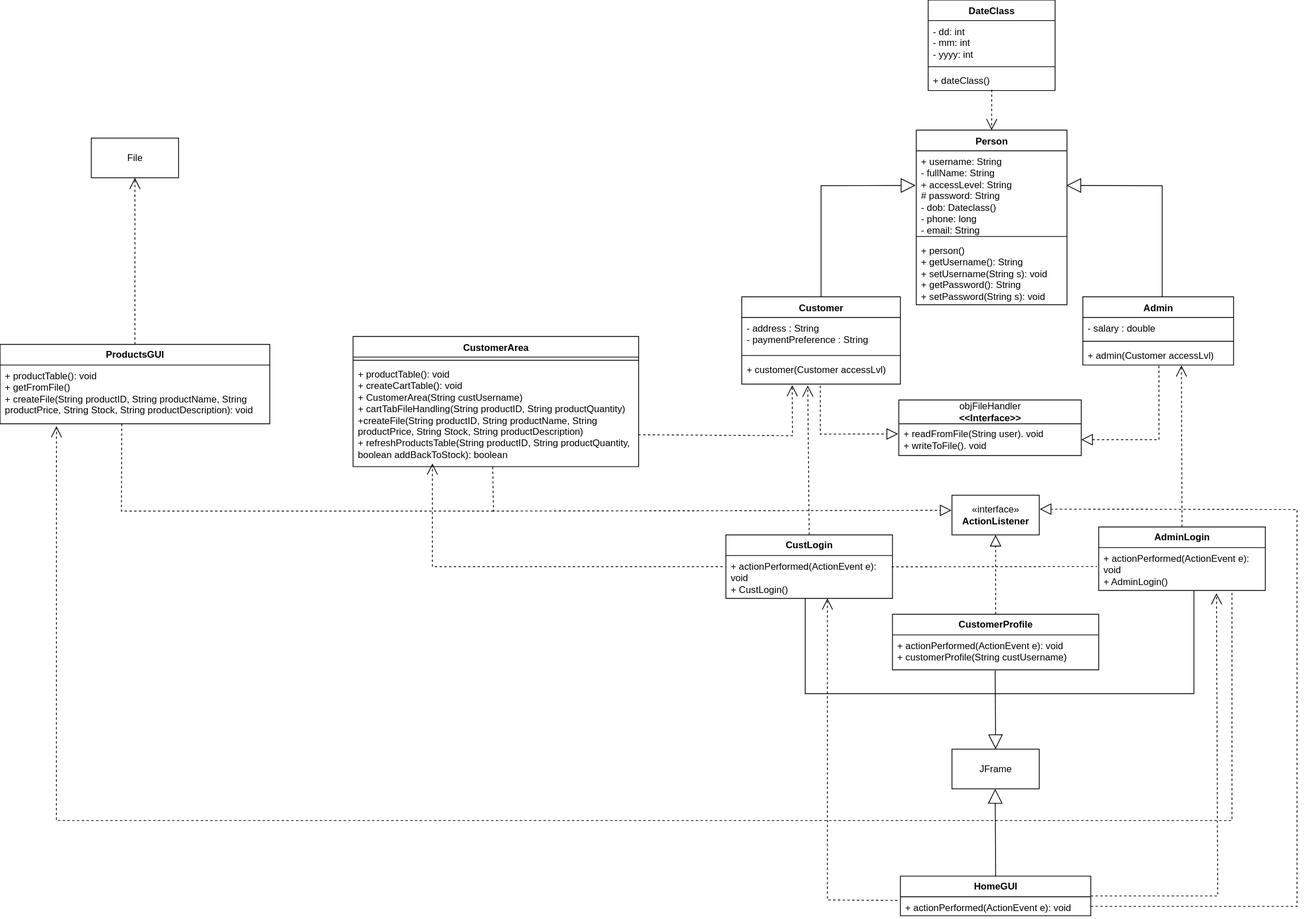
The draw.io diagram .idea/umlAnalys.drawio.svg in Jollan123/lab1, before a commit. Source tidied: cells renumbered, new cells last; positions are measured from the earlier drawing's top-left corner, leaving out a move shared by most shapes.
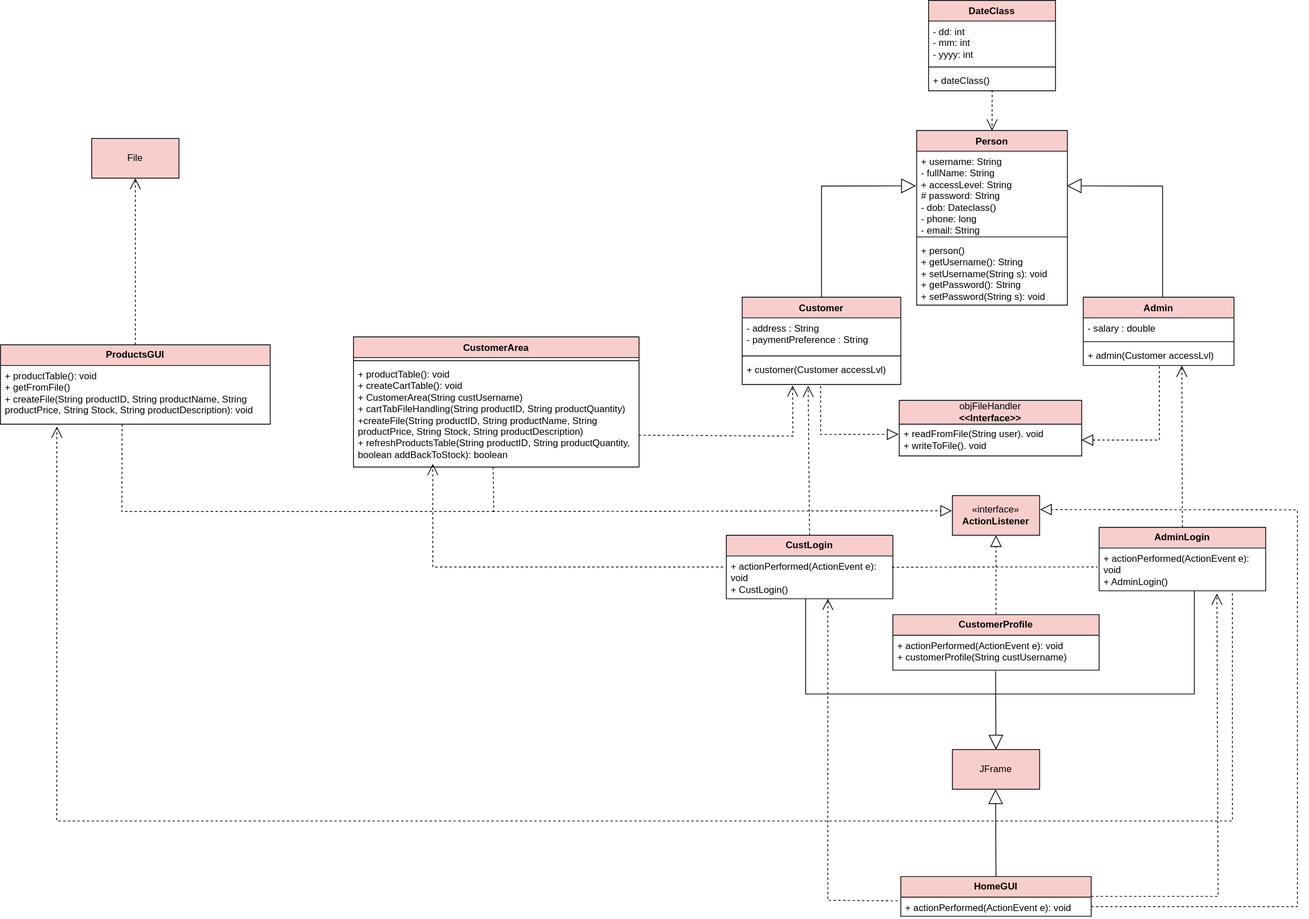
After the change.

Change to the diagram source:
```diff
@@ -2,7 +2,7 @@
   <root>
     <mxCell id="0" />
     <mxCell id="1" parent="0" />
-    <mxCell id="2" value="Person" style="swimlane;fontStyle=1;align=center;verticalAlign=top;horizontal=1;startSize=26;whiteSpace=wrap;html=1;" parent="1" vertex="1">
+    <mxCell id="2" value="Person" style="swimlane;fontStyle=1;align=center;verticalAlign=top;horizontal=1;startSize=26;whiteSpace=wrap;html=1;fillColor=#F8CECC;" parent="1" vertex="1">
       <mxGeometry x="1155" y="164" width="190" height="220" as="geometry" />
     </mxCell>
     <mxCell id="3" value="+ username: String&lt;div&gt;- fullName: String&lt;/div&gt;&lt;div&gt;+ accessLevel: String&lt;/div&gt;&lt;div&gt;# password: String&lt;/div&gt;&lt;div&gt;- dob: Dateclass()&lt;/div&gt;&lt;div&gt;- phone: long&lt;/div&gt;&lt;div&gt;- email: String&lt;/div&gt;" style="text;strokeColor=none;fillColor=none;align=left;verticalAlign=top;spacingLeft=4;spacingRight=4;overflow=hidden;points=[[0,0.5],[1,0.5]];portConstraint=eastwest;whiteSpace=wrap;html=1;" parent="2" vertex="1">
@@ -14,7 +14,7 @@
     <mxCell id="5" value="+ person()&lt;div&gt;+ getUsername(): String&lt;br&gt;+ setUsername(String s): void&lt;br&gt;+ getPassword(): String&lt;br&gt;+ setPassword(String s): void&lt;br&gt;&lt;div&gt;&lt;br&gt;&lt;/div&gt;&lt;/div&gt;" style="text;strokeColor=none;fillColor=none;align=left;verticalAlign=top;spacingLeft=4;spacingRight=4;overflow=hidden;whiteSpace=wrap;html=1;" parent="2" vertex="1">
       <mxGeometry y="138" width="190" height="82" as="geometry" />
     </mxCell>
-    <mxCell id="6" value="Customer" style="swimlane;fontStyle=1;align=center;verticalAlign=top;horizontal=1;startSize=26;whiteSpace=wrap;html=1;" parent="1" vertex="1">
+    <mxCell id="6" value="Customer" style="swimlane;fontStyle=1;align=center;verticalAlign=top;horizontal=1;startSize=26;whiteSpace=wrap;html=1;fillColor=#F8CECC;" parent="1" vertex="1">
       <mxGeometry x="935" y="374" width="200" height="110" as="geometry" />
     </mxCell>
     <mxCell id="7" value="- address : String&lt;br&gt;- paymentPreference : String" style="text;strokeColor=none;fillColor=none;align=left;verticalAlign=top;spacingLeft=4;spacingRight=4;overflow=hidden;whiteSpace=wrap;html=1;" parent="6" vertex="1">
@@ -33,7 +33,7 @@
         </Array>
       </mxGeometry>
     </mxCell>
-    <mxCell id="11" value="Admin" style="swimlane;fontStyle=1;align=center;verticalAlign=top;horizontal=1;startSize=26;whiteSpace=wrap;html=1;" parent="1" vertex="1">
+    <mxCell id="11" value="Admin" style="swimlane;fontStyle=1;align=center;verticalAlign=top;horizontal=1;startSize=26;whiteSpace=wrap;html=1;fillColor=#F8CECC;" parent="1" vertex="1">
       <mxGeometry x="1365" y="374" width="190" height="86" as="geometry" />
     </mxCell>
     <mxCell id="12" value="&lt;font style=&quot;font-size: 12px;&quot;&gt;- salary : double&lt;/font&gt;" style="text;strokeColor=none;fillColor=none;align=left;verticalAlign=top;spacingLeft=4;spacingRight=4;overflow=hidden;whiteSpace=wrap;html=1;" parent="11" vertex="1">
@@ -53,13 +53,13 @@
         </Array>
       </mxGeometry>
     </mxCell>
-    <mxCell id="16" value="&lt;font style=&quot;font-size: 12px;&quot;&gt;&lt;span style=&quot;text-align: start;&quot;&gt;objFileHandler&lt;/span&gt;&lt;br&gt;&lt;/font&gt;&lt;div&gt;&lt;b&gt;&lt;font style=&quot;font-size: 12px;&quot;&gt;&amp;lt;&amp;lt;Interface&amp;gt;&amp;gt;&lt;/font&gt;&lt;/b&gt;&lt;/div&gt;" style="swimlane;fontStyle=0;horizontal=1;startSize=30;whiteSpace=wrap;html=1;fillColor=#FFFFFF;strokeColor=#000000;" parent="1" vertex="1">
+    <mxCell id="16" value="&lt;font style=&quot;font-size: 12px;&quot;&gt;&lt;span style=&quot;text-align: start;&quot;&gt;objFileHandler&lt;/span&gt;&lt;br&gt;&lt;/font&gt;&lt;div&gt;&lt;b&gt;&lt;font style=&quot;font-size: 12px;&quot;&gt;&amp;lt;&amp;lt;Interface&amp;gt;&amp;gt;&lt;/font&gt;&lt;/b&gt;&lt;/div&gt;" style="swimlane;fontStyle=0;horizontal=1;startSize=30;whiteSpace=wrap;html=1;fillColor=#F8CECC;strokeColor=#000000;" parent="1" vertex="1">
       <mxGeometry x="1133" y="504" width="230" height="70" as="geometry" />
     </mxCell>
     <mxCell id="17" value="&lt;span style=&quot;&quot;&gt;+ readFromFile(String user). void&lt;/span&gt;&lt;br style=&quot;&quot;&gt;&lt;span style=&quot;&quot;&gt;+ writeToFile(). void&lt;/span&gt;" style="text;strokeColor=none;fillColor=none;align=left;verticalAlign=middle;spacingLeft=4;spacingRight=4;overflow=hidden;points=[[0,0.5],[1,0.5]];portConstraint=eastwest;whiteSpace=wrap;html=1;" parent="16" vertex="1">
       <mxGeometry y="30" width="230" height="40" as="geometry" />
     </mxCell>
-    <mxCell id="18" value="CustomerArea" style="swimlane;fontStyle=1;align=center;verticalAlign=top;horizontal=1;startSize=26;whiteSpace=wrap;html=1;" parent="1" vertex="1">
+    <mxCell id="18" value="CustomerArea" style="swimlane;fontStyle=1;align=center;verticalAlign=top;horizontal=1;startSize=26;whiteSpace=wrap;html=1;fillColor=#F8CECC;" parent="1" vertex="1">
       <mxGeometry x="445" y="424" width="360" height="164" as="geometry" />
     </mxCell>
     <mxCell id="19" style="line;strokeWidth=1;fillColor=none;align=left;verticalAlign=middle;spacingTop=-1;spacingLeft=3;spacingRight=3;labelPosition=right;strokeColor=inherit;" parent="18" vertex="1">
@@ -75,34 +75,36 @@
         </Array>
       </mxGeometry>
     </mxCell>
-    <mxCell id="22" value="«interface»&lt;br&gt;&lt;b&gt;ActionListener&lt;/b&gt;" style="html=1;whiteSpace=wrap;" parent="1" vertex="1">
+    <mxCell id="22" value="«interface»&lt;br&gt;&lt;b&gt;ActionListener&lt;/b&gt;" style="html=1;whiteSpace=wrap;fillColor=#F8CECC;" parent="1" vertex="1">
       <mxGeometry x="1200" y="624" width="110" height="50" as="geometry" />
     </mxCell>
-    <mxCell id="23" value="&lt;b&gt;ProductsGUI&lt;/b&gt;" style="swimlane;fontStyle=0;horizontal=1;startSize=26;fillColor=none;whiteSpace=wrap;html=1;" parent="1" vertex="1">
+    <mxCell id="23" value="&lt;b&gt;ProductsGUI&lt;/b&gt;" style="swimlane;fontStyle=0;horizontal=1;startSize=26;fillColor=#F8CECC;whiteSpace=wrap;html=1;" parent="1" vertex="1">
       <mxGeometry y="434" width="340" height="100" as="geometry" />
     </mxCell>
     <mxCell id="24" value="+ productTable(): void&lt;br&gt;+ getFromFile()&lt;br&gt;+ createFile(String productID, String productName, String productPrice, String Stock, String productDescription): void" style="text;strokeColor=none;fillColor=none;align=left;verticalAlign=top;spacingLeft=4;spacingRight=4;overflow=hidden;points=[[0,0.5],[1,0.5]];portConstraint=eastwest;whiteSpace=wrap;html=1;" parent="23" vertex="1">
       <mxGeometry y="26" width="340" height="74" as="geometry" />
     </mxCell>
-    <mxCell id="25" value="JFrame" style="html=1;whiteSpace=wrap;" parent="1" vertex="1">
+    <mxCell id="25" value="JFrame" style="html=1;whiteSpace=wrap;fillColor=#F8CECC;" parent="1" vertex="1">
       <mxGeometry x="1200" y="944" width="110" height="50" as="geometry" />
     </mxCell>
-    <mxCell id="26" value="&lt;b&gt;CustLogin&lt;/b&gt;" style="swimlane;fontStyle=0;horizontal=1;startSize=26;fillColor=none;whiteSpace=wrap;html=1;" parent="1" vertex="1">
+    <mxCell id="26" value="&lt;b&gt;CustLogin&lt;/b&gt;" style="swimlane;fontStyle=0;horizontal=1;startSize=26;fillColor=#F8CECC;whiteSpace=wrap;html=1;" parent="1" vertex="1">
       <mxGeometry x="915" y="674" width="210" height="80" as="geometry" />
     </mxCell>
     <mxCell id="27" value="&lt;font style=&quot;font-size: 12px;&quot;&gt;+ actionPerformed(ActionEvent e): void&lt;/font&gt;&lt;div&gt;&lt;font style=&quot;font-size: 12px;&quot;&gt;+ CustLogin()&lt;/font&gt;&lt;/div&gt;" style="text;strokeColor=none;fillColor=none;align=left;verticalAlign=top;spacingLeft=4;spacingRight=4;overflow=hidden;points=[[0,0.5],[1,0.5]];portConstraint=eastwest;whiteSpace=wrap;html=1;" parent="26" vertex="1">
       <mxGeometry y="26" width="210" height="54" as="geometry" />
     </mxCell>
-    <mxCell id="28" value="File" style="html=1;whiteSpace=wrap;" parent="1" vertex="1">
+    <mxCell id="28" value="File" style="html=1;whiteSpace=wrap;fillColor=#F8CECC;" parent="1" vertex="1">
       <mxGeometry x="115" y="174" width="110" height="50" as="geometry" />
     </mxCell>
-    <mxCell id="29" style="endArrow=open;endSize=12;dashed=1;html=1;rounded=0;exitX=0.5;exitY=0;exitDx=0;exitDy=0;entryX=0.5;entryY=1;entryDx=0;entryDy=0;" parent="1" edge="1" source="23" target="28">
-      <mxGeometry relative="1" as="geometry" />
+    <mxCell id="29" style="endArrow=open;endSize=12;dashed=1;html=1;rounded=0;exitX=0.5;exitY=0;exitDx=0;exitDy=0;" parent="1" edge="1" source="23">
+      <mxGeometry relative="1" as="geometry">
+        <mxPoint x="170" y="224" as="targetPoint" />
+      </mxGeometry>
     </mxCell>
     <mxCell id="30" style="endArrow=open;endSize=12;dashed=1;html=1;rounded=0;exitX=0.5;exitY=0;exitDx=0;exitDy=0;entryX=0.416;entryY=1.054;entryDx=0;entryDy=0;entryPerimeter=0;" parent="1" edge="1" source="26" target="9">
       <mxGeometry relative="1" as="geometry" />
     </mxCell>
-    <mxCell id="31" value="&lt;b&gt;AdminLogin&lt;/b&gt;" style="swimlane;fontStyle=0;horizontal=1;startSize=26;fillColor=none;whiteSpace=wrap;html=1;" parent="1" vertex="1">
+    <mxCell id="31" value="&lt;b&gt;AdminLogin&lt;/b&gt;" style="swimlane;fontStyle=0;horizontal=1;startSize=26;fillColor=#F8CECC;whiteSpace=wrap;html=1;" parent="1" vertex="1">
       <mxGeometry x="1385" y="664" width="210" height="80" as="geometry" />
     </mxCell>
     <mxCell id="32" value="&lt;font style=&quot;font-size: 12px;&quot;&gt;+ actionPerformed(ActionEvent e): void&lt;/font&gt;&lt;div&gt;&lt;font style=&quot;font-size: 12px;&quot;&gt;+ AdminLogin()&lt;/font&gt;&lt;/div&gt;" style="text;strokeColor=none;fillColor=none;align=left;verticalAlign=top;spacingLeft=4;spacingRight=4;overflow=hidden;points=[[0,0.5],[1,0.5]];portConstraint=eastwest;whiteSpace=wrap;html=1;" parent="31" vertex="1">
@@ -111,7 +113,7 @@
     <mxCell id="33" style="endArrow=open;endSize=12;dashed=1;html=1;rounded=0;exitX=0.5;exitY=0;exitDx=0;exitDy=0;entryX=0.654;entryY=1.013;entryDx=0;entryDy=0;entryPerimeter=0;" parent="1" edge="1" source="31" target="14">
       <mxGeometry relative="1" as="geometry" />
     </mxCell>
-    <mxCell id="34" value="DateClass" style="swimlane;fontStyle=1;align=center;verticalAlign=top;horizontal=1;startSize=26;whiteSpace=wrap;html=1;" parent="1" vertex="1">
+    <mxCell id="34" value="DateClass" style="swimlane;fontStyle=1;align=center;verticalAlign=top;horizontal=1;startSize=26;whiteSpace=wrap;html=1;fillColor=#F8CECC;" parent="1" vertex="1">
       <mxGeometry x="1170" width="160" height="114" as="geometry" />
     </mxCell>
     <mxCell id="35" value="- dd: int&lt;div&gt;- mm: int&lt;/div&gt;&lt;div&gt;- yyyy: int&lt;/div&gt;" style="text;strokeColor=none;fillColor=none;align=left;verticalAlign=top;spacingLeft=4;spacingRight=4;overflow=hidden;whiteSpace=wrap;html=1;" parent="34" vertex="1">
@@ -140,7 +142,7 @@
     <mxCell id="40" style="endArrow=open;endSize=12;dashed=1;html=1;rounded=0;exitX=0.501;exitY=0.962;exitDx=0;exitDy=0;entryX=0.5;entryY=0;entryDx=0;entryDy=0;exitPerimeter=0;" parent="1" edge="1" source="37" target="2">
       <mxGeometry relative="1" as="geometry" />
     </mxCell>
-    <mxCell id="41" value="&lt;span style=&quot;font-weight: 700;&quot;&gt;CustomerProfile&lt;/span&gt;" style="swimlane;fontStyle=0;horizontal=1;startSize=26;fillColor=none;whiteSpace=wrap;html=1;" parent="1" vertex="1">
+    <mxCell id="41" value="&lt;span style=&quot;font-weight: 700;&quot;&gt;CustomerProfile&lt;/span&gt;" style="swimlane;fontStyle=0;horizontal=1;startSize=26;fillColor=#F8CECC;whiteSpace=wrap;html=1;" parent="1" vertex="1">
       <mxGeometry x="1125" y="774" width="260" height="70" as="geometry" />
     </mxCell>
     <mxCell id="42" value="+ actionPerformed(ActionEvent e): void&lt;div&gt;+ customerProfile(String custUsername)&lt;/div&gt;" style="text;strokeColor=none;fillColor=none;align=left;verticalAlign=top;spacingLeft=4;spacingRight=4;overflow=hidden;points=[[0,0.5],[1,0.5]];portConstraint=eastwest;whiteSpace=wrap;html=1;" parent="41" vertex="1">
@@ -213,7 +215,7 @@
         </Array>
       </mxGeometry>
     </mxCell>
-    <mxCell id="53" value="&lt;b&gt;HomeGUI&lt;/b&gt;" style="swimlane;fontStyle=0;horizontal=1;startSize=26;fillColor=none;whiteSpace=wrap;html=1;" parent="1" vertex="1">
+    <mxCell id="53" value="&lt;b&gt;HomeGUI&lt;/b&gt;" style="swimlane;fontStyle=0;horizontal=1;startSize=26;fillColor=#F8CECC;whiteSpace=wrap;html=1;" parent="1" vertex="1">
       <mxGeometry x="1135" y="1104" width="240" height="50" as="geometry" />
     </mxCell>
     <mxCell id="54" value="+ actionPerformed(ActionEvent e): void" style="text;strokeColor=none;fillColor=none;align=left;verticalAlign=top;spacingLeft=4;spacingRight=4;overflow=hidden;points=[[0,0.5],[1,0.5]];portConstraint=eastwest;whiteSpace=wrap;html=1;" parent="53" vertex="1">
```
